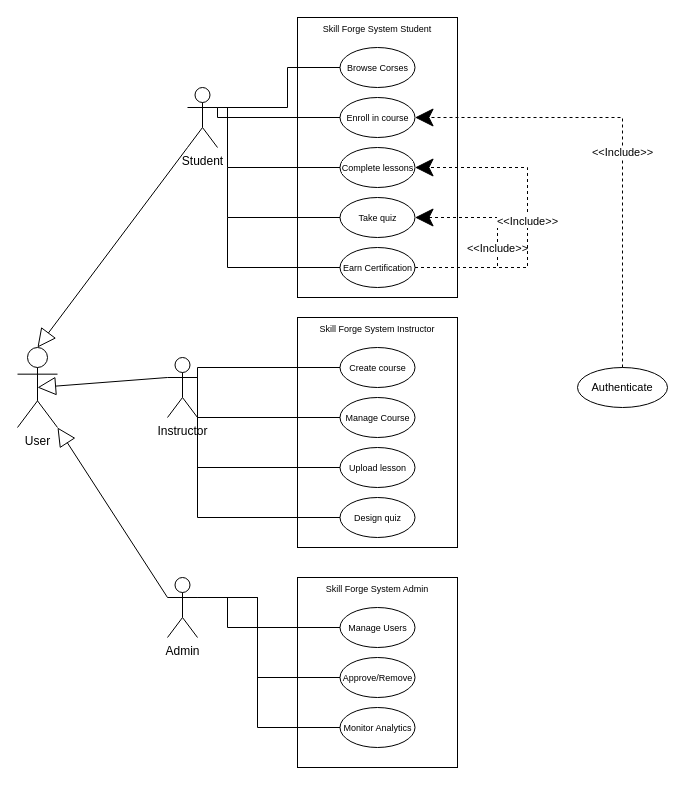
Before: Untitled Diagram.drawio in RodinaMohamed04/Lab6, a draw.io diagram. Source tidied: cells renumbered, new cells numbered last; positions are measured from the earlier drawing's top-left corner, leaving out a move shared by most shapes. Both pictures are drawn from the tidied source at 100%, with x=0, y=0 at pixel (17, 17).
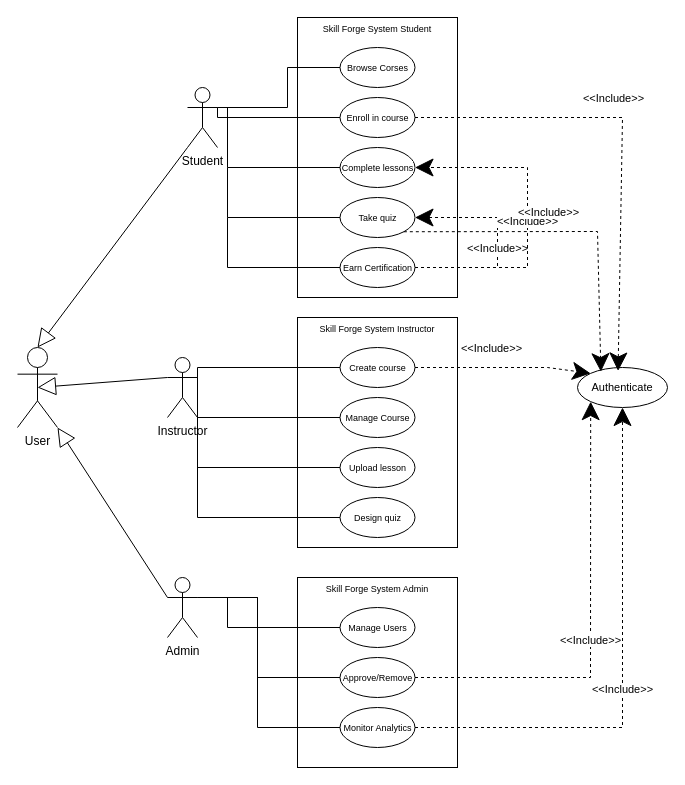
The same diagram, later.

Commit message:
Use case Diagram.drawio

Unchanged cells that the change refers to:
```xml
<mxCell id="7" value="&lt;font style=&quot;font-size: 9px;&quot;&gt;Enroll in course&lt;/font&gt;" style="ellipse;whiteSpace=wrap;html=1;strokeColor=default;align=center;verticalAlign=middle;fontFamily=Helvetica;fontSize=11;fontColor=default;labelBackgroundColor=default;fillColor=default;" parent="1" vertex="1">
  <mxGeometry x="322.5" y="80" width="75" height="40" as="geometry" />
</mxCell>
<mxCell id="9" value="&lt;font style=&quot;font-size: 9px;&quot;&gt;Take quiz&lt;/font&gt;" style="ellipse;whiteSpace=wrap;html=1;strokeColor=default;align=center;verticalAlign=middle;fontFamily=Helvetica;fontSize=11;fontColor=default;labelBackgroundColor=default;fillColor=default;" parent="1" vertex="1">
  <mxGeometry x="322.5" y="180" width="75" height="40" as="geometry" />
</mxCell>
<mxCell id="33" value="&lt;font style=&quot;font-size: 9px;&quot;&gt;Create course&lt;/font&gt;" style="ellipse;whiteSpace=wrap;html=1;strokeColor=default;align=center;verticalAlign=middle;fontFamily=Helvetica;fontSize=11;fontColor=default;labelBackgroundColor=default;fillColor=default;" parent="1" vertex="1">
  <mxGeometry x="322.5" y="330" width="75" height="40" as="geometry" />
</mxCell>
<mxCell id="53" value="&lt;font style=&quot;font-size: 9px;&quot;&gt;Approve/Remove&lt;/font&gt;" style="ellipse;whiteSpace=wrap;html=1;strokeColor=default;align=center;verticalAlign=middle;fontFamily=Helvetica;fontSize=11;fontColor=default;labelBackgroundColor=default;fillColor=default;" parent="1" vertex="1">
  <mxGeometry x="322.5" y="640" width="75" height="40" as="geometry" />
</mxCell>
<mxCell id="54" value="&lt;font style=&quot;font-size: 9px;&quot;&gt;Monitor Analytics&lt;/font&gt;" style="ellipse;whiteSpace=wrap;html=1;strokeColor=default;align=center;verticalAlign=middle;fontFamily=Helvetica;fontSize=11;fontColor=default;labelBackgroundColor=default;fillColor=default;" parent="1" vertex="1">
  <mxGeometry x="322.5" y="690" width="75" height="40" as="geometry" />
</mxCell>
<mxCell id="64" value="Authenticate" style="ellipse;whiteSpace=wrap;html=1;fontFamily=Helvetica;fontSize=11;fontColor=default;labelBackgroundColor=default;" parent="1" vertex="1">
  <mxGeometry x="560" y="350" width="90" height="40" as="geometry" />
</mxCell>
```

The edit, as a diff of the source:
```diff
@@
-    <mxCell id="65" style="endArrow=classic;html=1;rounded=0;strokeColor=default;align=center;verticalAlign=middle;fontFamily=Helvetica;fontSize=11;fontColor=default;labelBackgroundColor=default;endSize=16;dashed=1;exitX=0.5;exitY=0;exitDx=0;exitDy=0;entryX=1;entryY=0.5;entryDx=0;entryDy=0;" parent="1" edge="1" source="64" target="7">
+    <mxCell id="65" style="endArrow=classic;html=1;rounded=0;strokeColor=default;align=center;verticalAlign=middle;fontFamily=Helvetica;fontSize=11;fontColor=default;labelBackgroundColor=default;endSize=16;dashed=1;exitX=1;exitY=0.5;exitDx=0;exitDy=0;entryX=0.451;entryY=0.086;entryDx=0;entryDy=0;entryPerimeter=0;" parent="1" edge="1" source="7" target="64">
       <mxGeometry relative="1" as="geometry">
         <Array as="points">
           <mxPoint x="605" y="100" />
         </Array>
       </mxGeometry>
     </mxCell>
@@
+    <mxCell id="67" style="endArrow=classic;html=1;rounded=0;strokeColor=default;align=center;verticalAlign=middle;fontFamily=Helvetica;fontSize=11;fontColor=default;labelBackgroundColor=default;endSize=16;dashed=1;exitX=1;exitY=0.5;exitDx=0;exitDy=0;entryX=0;entryY=0;entryDx=0;entryDy=0;" parent="1" edge="1" source="33" target="64">
+      <mxGeometry relative="1" as="geometry">
+        <Array as="points">
+          <mxPoint x="530" y="350" />
+        </Array>
+      </mxGeometry>
+    </mxCell>
+    <mxCell id="68" value="&amp;lt;&amp;lt;Include&amp;gt;&amp;gt;" style="edgeLabel;html=1;align=center;verticalAlign=middle;strokeColor=default;fontFamily=Helvetica;fontSize=11;fontColor=default;labelBackgroundColor=default;fillColor=default;" parent="67" vertex="1">
+      <mxGeometry x="-0.14" y="1" relative="1" as="geometry">
+        <mxPoint y="-19" as="offset" />
+      </mxGeometry>
+    </mxCell>
+    <mxCell id="69" style="endArrow=classic;html=1;rounded=0;strokeColor=default;align=center;verticalAlign=middle;fontFamily=Helvetica;fontSize=11;fontColor=default;labelBackgroundColor=default;endSize=16;dashed=1;exitX=1;exitY=1;exitDx=0;exitDy=0;entryX=0.26;entryY=0.104;entryDx=0;entryDy=0;entryPerimeter=0;" parent="1" edge="1" source="9" target="64">
+      <mxGeometry relative="1" as="geometry">
+        <Array as="points">
+          <mxPoint x="580" y="214" />
+        </Array>
+      </mxGeometry>
+    </mxCell>
+    <mxCell id="70" value="&amp;lt;&amp;lt;Include&amp;gt;&amp;gt;" style="edgeLabel;html=1;align=center;verticalAlign=middle;strokeColor=default;fontFamily=Helvetica;fontSize=11;fontColor=default;labelBackgroundColor=default;fillColor=default;" parent="69" vertex="1">
+      <mxGeometry x="-0.14" y="1" relative="1" as="geometry">
+        <mxPoint y="-19" as="offset" />
+      </mxGeometry>
+    </mxCell>
+    <mxCell id="71" style="endArrow=classic;html=1;rounded=0;strokeColor=default;align=center;verticalAlign=middle;fontFamily=Helvetica;fontSize=11;fontColor=default;labelBackgroundColor=default;endSize=16;dashed=1;exitX=1;exitY=0.5;exitDx=0;exitDy=0;entryX=0.5;entryY=1;entryDx=0;entryDy=0;" parent="1" edge="1" source="54" target="64">
+      <mxGeometry relative="1" as="geometry">
+        <Array as="points">
+          <mxPoint x="605" y="710" />
+        </Array>
+      </mxGeometry>
+    </mxCell>
+    <mxCell id="72" value="&amp;lt;&amp;lt;Include&amp;gt;&amp;gt;" style="edgeLabel;html=1;align=center;verticalAlign=middle;strokeColor=default;fontFamily=Helvetica;fontSize=11;fontColor=default;labelBackgroundColor=default;fillColor=default;" parent="71" vertex="1">
+      <mxGeometry x="-0.14" y="1" relative="1" as="geometry">
+        <mxPoint y="-19" as="offset" />
+      </mxGeometry>
+    </mxCell>
+    <mxCell id="73" style="endArrow=classic;html=1;rounded=0;strokeColor=default;align=center;verticalAlign=middle;fontFamily=Helvetica;fontSize=11;fontColor=default;labelBackgroundColor=default;endSize=16;dashed=1;entryX=0;entryY=1;entryDx=0;entryDy=0;exitX=1;exitY=0.5;exitDx=0;exitDy=0;" parent="1" edge="1" source="53" target="64">
+      <mxGeometry relative="1" as="geometry">
+        <Array as="points">
+          <mxPoint x="573" y="660" />
+        </Array>
+      </mxGeometry>
+    </mxCell>
+    <mxCell id="74" value="&amp;lt;&amp;lt;Include&amp;gt;&amp;gt;" style="edgeLabel;html=1;align=center;verticalAlign=middle;strokeColor=default;fontFamily=Helvetica;fontSize=11;fontColor=default;labelBackgroundColor=default;fillColor=default;" parent="73" vertex="1">
+      <mxGeometry x="-0.14" y="1" relative="1" as="geometry">
+        <mxPoint y="-19" as="offset" />
+      </mxGeometry>
+    </mxCell>
```
